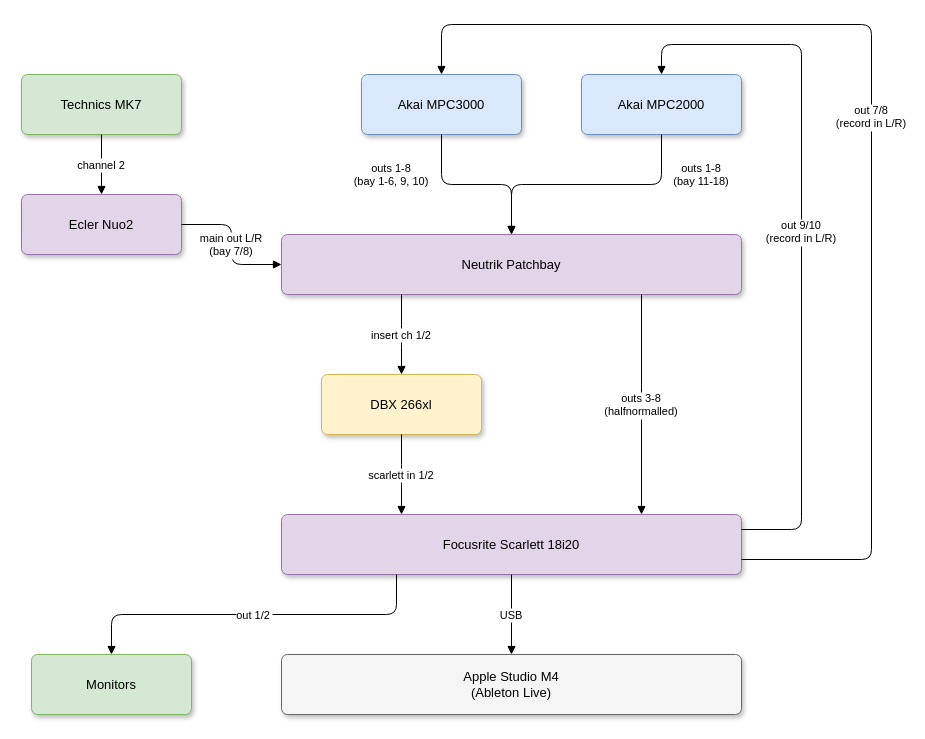
The draw.io diagram studio-signal-chain.drawio in christian-frei/audio-studio, before the edit. Source tidied: cells renumbered, new cells numbered last; positions are measured from the earlier drawing's top-left corner, leaving out a move shared by most shapes. Both pictures are drawn from the tidied source at 100%, with x=0, y=0 at pixel (21, 24).
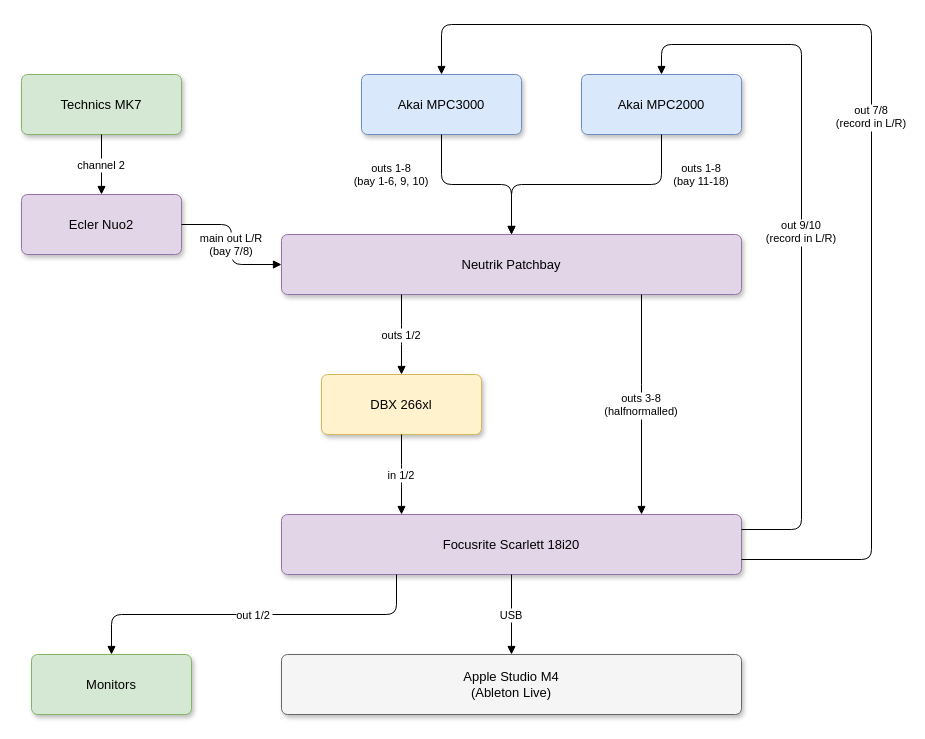
The same page after the edit.

Unchanged cells that the change refers to:
```xml
<mxCell id="6" value="DBX 266xl" style="rounded=1;whiteSpace=wrap;html=1;shadow=1;arcSize=10;fillColor=#fff2cc;strokeColor=#d6b656;fontColor=#000000;fontSize=13;fontStyle=0;" parent="1" vertex="1">
  <mxGeometry x="300" y="350" width="160" height="60" as="geometry" />
</mxCell>
<mxCell id="7" value="Neutrik Patchbay" style="rounded=1;whiteSpace=wrap;html=1;shadow=1;arcSize=10;fillColor=#e1d5e7;strokeColor=#9673a6;fontColor=#000000;fontSize=13;fontStyle=0;" parent="1" vertex="1">
  <mxGeometry x="260" y="210" width="460" height="60" as="geometry" />
</mxCell>
<mxCell id="8" value="Focusrite Scarlett 18i20" style="rounded=1;whiteSpace=wrap;html=1;shadow=1;arcSize=10;fillColor=#e1d5e7;strokeColor=#9673a6;fontColor=#000000;fontSize=13;fontStyle=0;" parent="1" vertex="1">
  <mxGeometry x="260" y="490" width="460" height="60" as="geometry" />
</mxCell>
```

Diff of the diagram source:
```diff
@@
-    <mxCell id="15" value="insert ch 1/2" style="edgeStyle=orthogonalEdgeStyle;rounded=1;strokeColor=#000000;fontColor=#000000;fontSize=11;fontStyle=0;endArrow=block;endFill=1;shadow=0;" parent="1" edge="1" source="7" target="6">
+    <mxCell id="15" value="outs 1/2" style="edgeStyle=orthogonalEdgeStyle;rounded=1;strokeColor=#000000;fontColor=#000000;fontSize=11;fontStyle=0;endArrow=block;endFill=1;shadow=0;" parent="1" edge="1" source="7" target="6">
       <mxGeometry relative="1" as="geometry">
         <Array as="points">
           <mxPoint x="380" y="310" />
           <mxPoint x="380" y="310" />
         </Array>
       </mxGeometry>
     </mxCell>
-    <mxCell id="16" value="scarlett in 1/2" style="edgeStyle=orthogonalEdgeStyle;rounded=1;strokeColor=#000000;fontColor=#000000;fontSize=11;fontStyle=0;endArrow=block;endFill=1;shadow=0;" parent="1" edge="1" source="6" target="8">
+    <mxCell id="16" value="in 1/2" style="edgeStyle=orthogonalEdgeStyle;rounded=1;strokeColor=#000000;fontColor=#000000;fontSize=11;fontStyle=0;endArrow=block;endFill=1;shadow=0;" parent="1" edge="1" source="6" target="8">
       <mxGeometry relative="1" as="geometry">
         <Array as="points">
           <mxPoint x="380" y="450" />
           <mxPoint x="380" y="450" />
         </Array>
       </mxGeometry>
     </mxCell>
```
